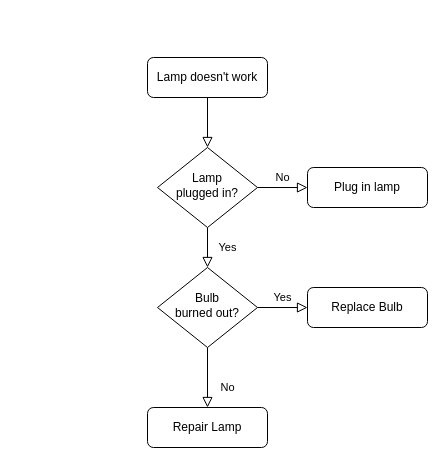
Frogblast/glossary_program keeps this draw.io diagram as gloassary_program.drawio. Above is the earlier version. Source tidied: cells renumbered, new cells numbered last; positions are measured from the earlier drawing's top-left corner, leaving out a move shared by most shapes. Both pictures are drawn from the tidied source at 100%, with x=0, y=0 at pixel (147, 57).
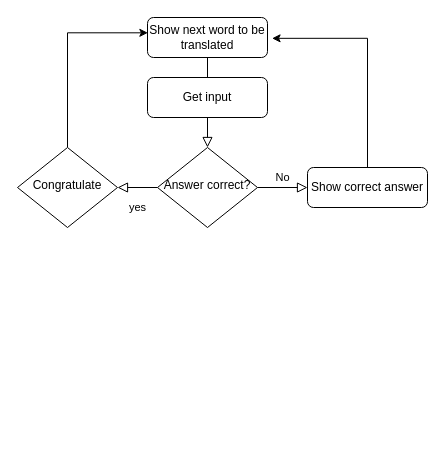
After the change.

What changed in the source:
```diff
@@
 <mxGraphModel>
   <root>
     <mxCell id="0" />
     <mxCell id="1" parent="0" />
     <mxCell id="2" style="rounded=0;html=1;jettySize=auto;fontSize=11;endArrow=block;endFill=0;endSize=8;strokeWidth=1;shadow=0;labelBackgroundColor=none;edgeStyle=orthogonalEdgeStyle;" parent="1" edge="1" source="3" target="6">
       <mxGeometry relative="1" as="geometry" />
     </mxCell>
-    <mxCell id="3" value="Lamp doesn't work" style="rounded=1;whiteSpace=wrap;html=1;fontSize=12;glass=0;strokeWidth=1;shadow=0;" parent="1" vertex="1">
-      <mxGeometry width="120" height="40" as="geometry" />
+    <mxCell id="3" value="Show next word to be translated" style="rounded=1;whiteSpace=wrap;html=1;fontSize=12;glass=0;strokeWidth=1;shadow=0;" parent="1" vertex="1">
+      <mxGeometry y="-40" width="120" height="40" as="geometry" />
     </mxCell>
-    <mxCell id="4" value="Yes" style="rounded=0;html=1;jettySize=auto;fontSize=11;endArrow=block;endFill=0;endSize=8;strokeWidth=1;shadow=0;labelBackgroundColor=none;edgeStyle=orthogonalEdgeStyle;" parent="1" edge="1" source="6" target="10">
+    <mxCell id="4" value="yes" style="rounded=0;html=1;jettySize=auto;fontSize=11;endArrow=block;endFill=0;endSize=8;strokeWidth=1;shadow=0;labelBackgroundColor=none;edgeStyle=orthogonalEdgeStyle;" parent="1" edge="1" source="6" target="10">
       <mxGeometry y="20" relative="1" as="geometry" />
     </mxCell>
     <mxCell id="5" value="No" style="edgeStyle=orthogonalEdgeStyle;rounded=0;html=1;jettySize=auto;fontSize=11;endArrow=block;endFill=0;endSize=8;strokeWidth=1;shadow=0;labelBackgroundColor=none;" parent="1" edge="1" source="6" target="7">
       <mxGeometry y="10" relative="1" as="geometry" />
     </mxCell>
-    <mxCell id="6" value="Lamp&lt;br&gt;plugged in?" style="rhombus;whiteSpace=wrap;html=1;shadow=0;fontFamily=Helvetica;fontSize=12;align=center;strokeWidth=1;spacing=6;spacingTop=-4;" parent="1" vertex="1">
+    <mxCell id="6" value="Answer correct?" style="rhombus;whiteSpace=wrap;html=1;shadow=0;fontFamily=Helvetica;fontSize=12;align=center;strokeWidth=1;spacing=6;spacingTop=-4;" parent="1" vertex="1">
       <mxGeometry x="10" y="90" width="100" height="80" as="geometry" />
     </mxCell>
+    <mxCell id="13" style="edgeStyle=orthogonalEdgeStyle;rounded=0;jettySize=auto;html=1;entryX=1.038;entryY=0.521;entryDx=0;entryDy=0;entryPerimeter=0;" parent="1" edge="1" source="7" target="3">
+      <mxGeometry relative="1" as="geometry">
+        <Array as="points">
+          <mxPoint x="220" y="-19" />
+        </Array>
+      </mxGeometry>
+    </mxCell>
-    <mxCell id="7" value="Plug in lamp" style="rounded=1;whiteSpace=wrap;html=1;fontSize=12;glass=0;strokeWidth=1;shadow=0;" parent="1" vertex="1">
+    <mxCell id="7" value="Show correct answer" style="rounded=1;whiteSpace=wrap;html=1;fontSize=12;glass=0;strokeWidth=1;shadow=0;" parent="1" vertex="1">
       <mxGeometry x="160" y="110" width="120" height="40" as="geometry" />
     </mxCell>
-    <mxCell id="8" value="No" style="rounded=0;html=1;jettySize=auto;fontSize=11;endArrow=block;endFill=0;endSize=8;strokeWidth=1;shadow=0;labelBackgroundColor=none;edgeStyle=orthogonalEdgeStyle;" parent="1" edge="1" source="10" target="11">
-      <mxGeometry x="0.33" y="20" relative="1" as="geometry" />
-    </mxCell>
-    <mxCell id="9" value="Yes" style="edgeStyle=orthogonalEdgeStyle;rounded=0;html=1;jettySize=auto;fontSize=11;endArrow=block;endFill=0;endSize=8;strokeWidth=1;shadow=0;labelBackgroundColor=none;" parent="1" edge="1" source="10" target="12">
-      <mxGeometry y="10" relative="1" as="geometry" />
-    </mxCell>
+    <mxCell id="14" style="edgeStyle=orthogonalEdgeStyle;rounded=0;jettySize=auto;html=1;entryX=0.003;entryY=0.383;entryDx=0;entryDy=0;entryPerimeter=0;" parent="1" edge="1" source="10" target="3">
+      <mxGeometry relative="1" as="geometry">
+        <Array as="points">
+          <mxPoint x="-80" y="-25" />
+        </Array>
+      </mxGeometry>
+    </mxCell>
-    <mxCell id="10" value="Bulb&lt;br&gt;burned out?" style="rhombus;whiteSpace=wrap;html=1;shadow=0;fontFamily=Helvetica;fontSize=12;align=center;strokeWidth=1;spacing=6;spacingTop=-4;" parent="1" vertex="1">
-      <mxGeometry x="10" y="210" width="100" height="80" as="geometry" />
+    <mxCell id="10" value="Congratulate" style="rhombus;whiteSpace=wrap;html=1;shadow=0;fontFamily=Helvetica;fontSize=12;align=center;strokeWidth=1;spacing=6;spacingTop=-4;" parent="1" vertex="1">
+      <mxGeometry x="-130" y="90" width="100" height="80" as="geometry" />
     </mxCell>
-    <mxCell id="11" value="Repair Lamp" style="rounded=1;whiteSpace=wrap;html=1;fontSize=12;glass=0;strokeWidth=1;shadow=0;" parent="1" vertex="1">
-      <mxGeometry y="350" width="120" height="40" as="geometry" />
-    </mxCell>
-    <mxCell id="12" value="Replace Bulb" style="rounded=1;whiteSpace=wrap;html=1;fontSize=12;glass=0;strokeWidth=1;shadow=0;" parent="1" vertex="1">
-      <mxGeometry x="160" y="230" width="120" height="40" as="geometry" />
-    </mxCell>
+    <mxCell id="15" value="Get input" style="rounded=1;whiteSpace=wrap;html=1;fontSize=12;glass=0;strokeWidth=1;shadow=0;" parent="1" vertex="1">
+      <mxGeometry y="20" width="120" height="40" as="geometry" />
+    </mxCell>
   </root>
 </mxGraphModel>
```
